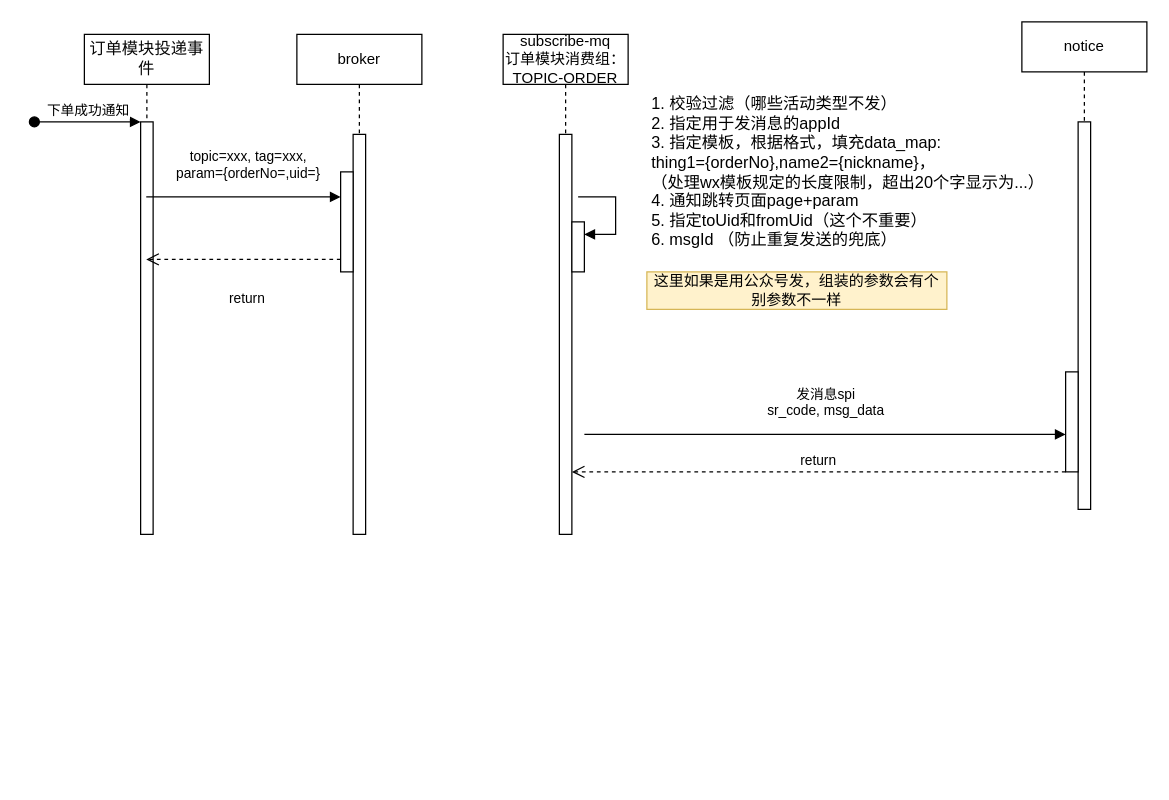
Earlier version of the draw.io diagram 通知时序.drawio (Luffybaga/draw). Source tidied: cells renumbered, new cells numbered last; positions are measured from the earlier drawing's top-left corner, leaving out a move shared by most shapes. Both pictures are drawn from the tidied source at 125%, with x=0, y=0 at pixel (34, 21).
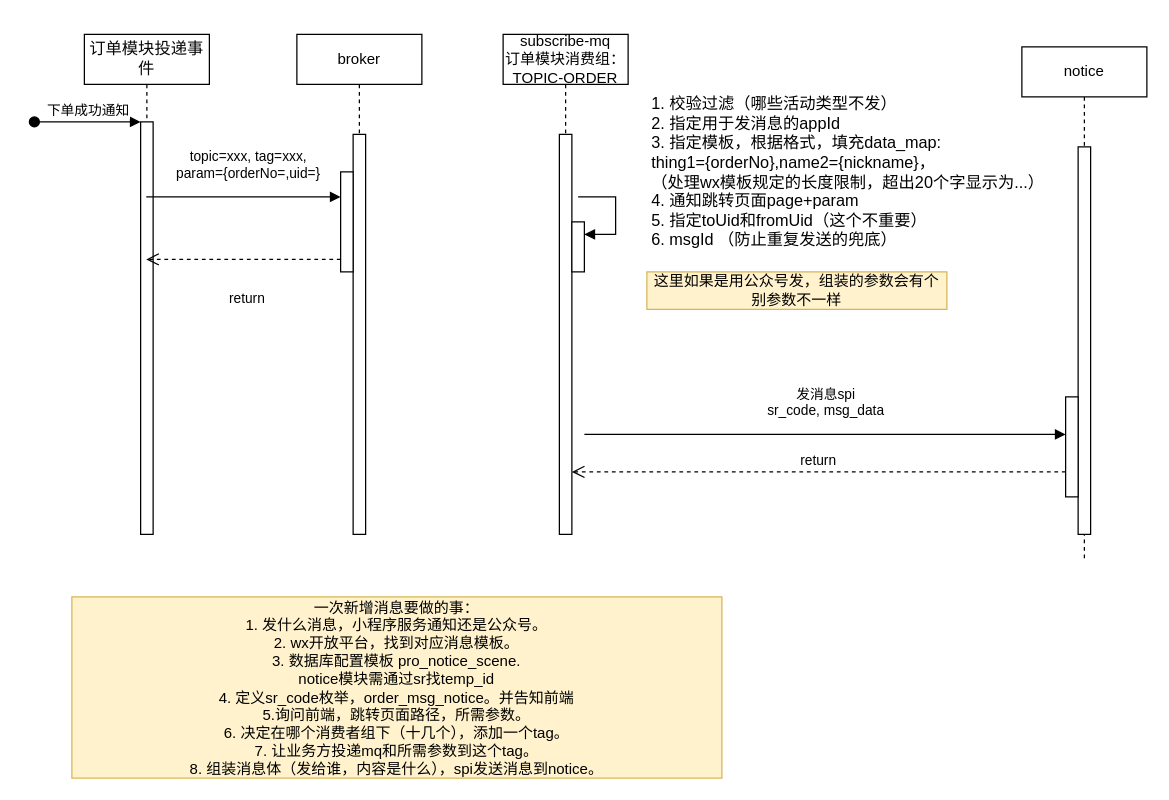
The same diagram, later.

Commit message:
更新通知时序.drawio

The edit, as a diff of the source:
```diff
@@
     <mxCell id="9" value="notice" style="shape=umlLifeline;perimeter=lifelinePerimeter;whiteSpace=wrap;html=1;newEdgeStyle={&quot;edgeStyle&quot;:&quot;elbowEdgeStyle&quot;,&quot;elbow&quot;:&quot;vertical&quot;,&quot;curved&quot;:0,&quot;rounded&quot;:0};" parent="1" vertex="1">
-      <mxGeometry x="790" width="100" height="390" as="geometry" />
+      <mxGeometry x="790" y="20" width="100" height="410" as="geometry" />
     </mxCell>
@@
+    <mxCell id="20" value="一次新增消息要做的事：&lt;br&gt;1. 发什么消息，小程序服务通知还是公众号。&lt;br&gt;2. wx开放平台，找到对应消息模板。&lt;br&gt;3. 数据库配置模板 pro_notice_scene. &lt;br&gt;notice模块需通过sr找temp_id&lt;br&gt;4. 定义sr_code枚举，order_msg_notice。并告知前端&lt;br&gt;5.询问前端，跳转页面路径，所需参数。&lt;br&gt;6. 决定在哪个消费者组下（十几个），添加一个tag。&lt;br&gt;7. 让业务方投递mq和所需参数到这个tag。&lt;br&gt;8. 组装消息体（发给谁，内容是什么），spi发送消息到notice。" style="text;html=1;strokeColor=#d6b656;fillColor=#fff2cc;align=center;verticalAlign=middle;whiteSpace=wrap;rounded=0;" parent="1" vertex="1">
+      <mxGeometry x="30" y="460" width="520" height="145" as="geometry" />
+    </mxCell>
```
